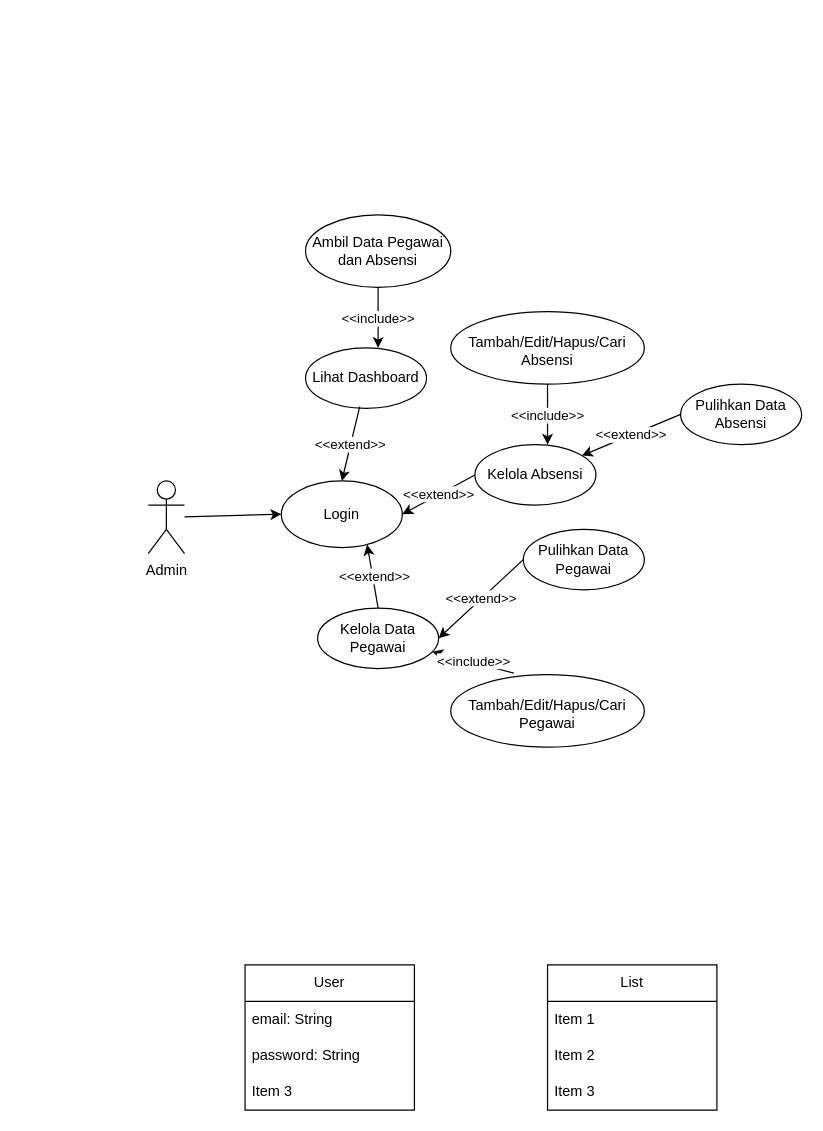
Above: Untitled Diagram.drawio in NahwaKakaa/Draw.Io (draw.io), before the change. Source tidied: cells renumbered, new cells numbered last; positions are measured from the earlier drawing's top-left corner, leaving out a move shared by most shapes. Both pictures are drawn from the tidied source at 121%, with x=0, y=0 at pixel (148, 214).
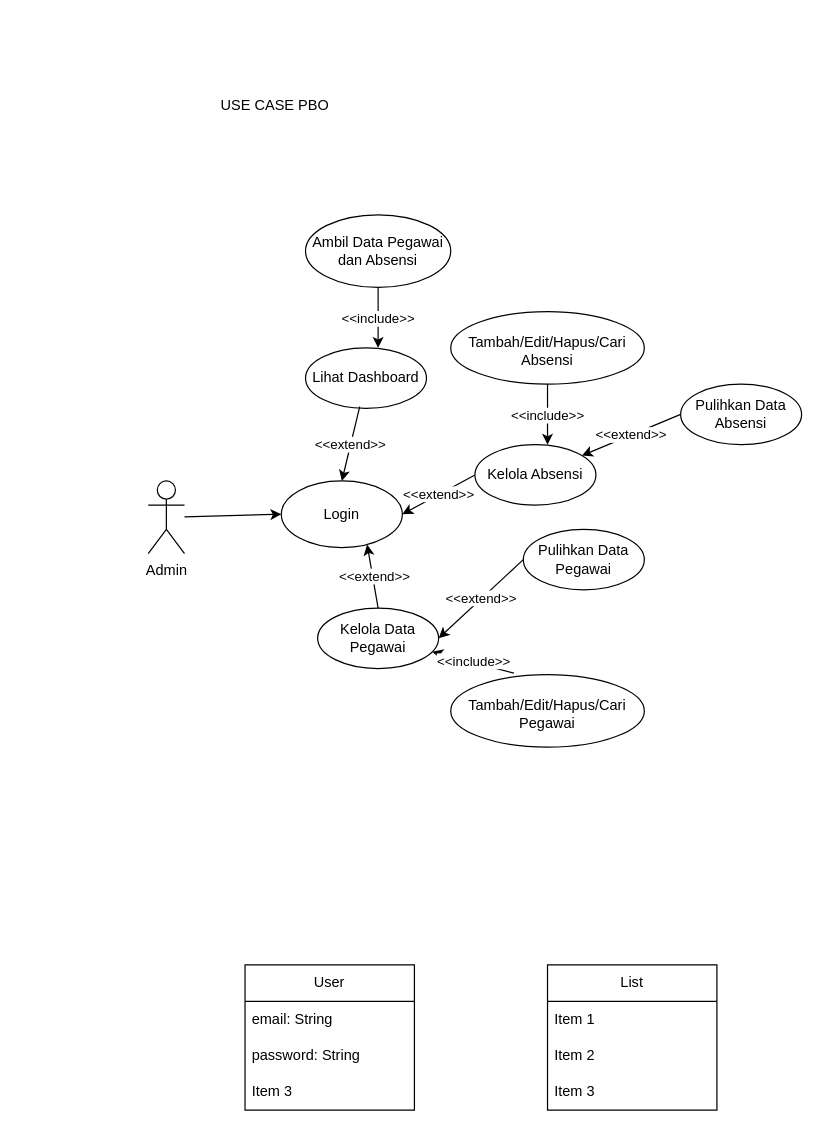
After the change.

The edit, as a diff of the source:
```diff
@@
+    <mxCell id="37" value="USE CASE PBO" style="text;html=1;align=center;verticalAlign=middle;whiteSpace=wrap;rounded=0;" parent="1" vertex="1">
+      <mxGeometry x="-105" y="-160" width="420" height="140" as="geometry" />
+    </mxCell>
```
